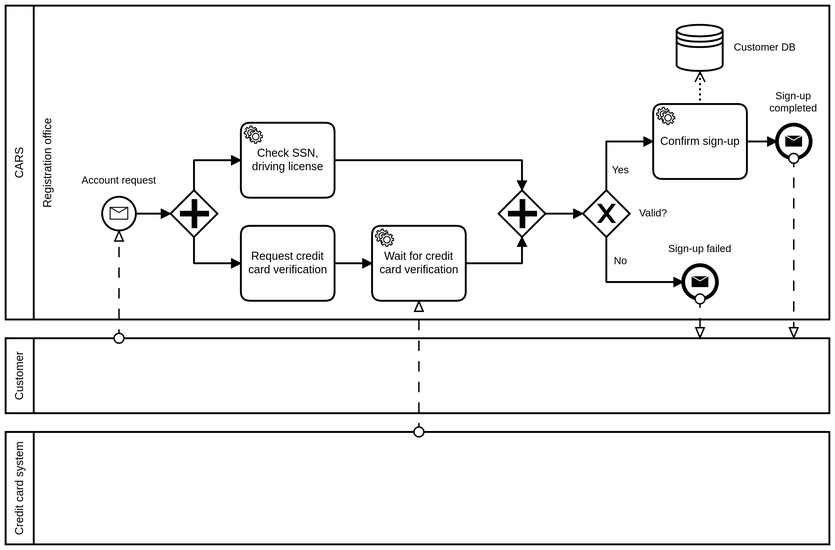
Earlier version of the BPMN export car_rental/models/signup_process_to_be.png (franco-ruggeri/polito-information-systems). Its source is kept beside it as car_rental/models/signup_process_to_be.bpmn. Ids are renumbered.
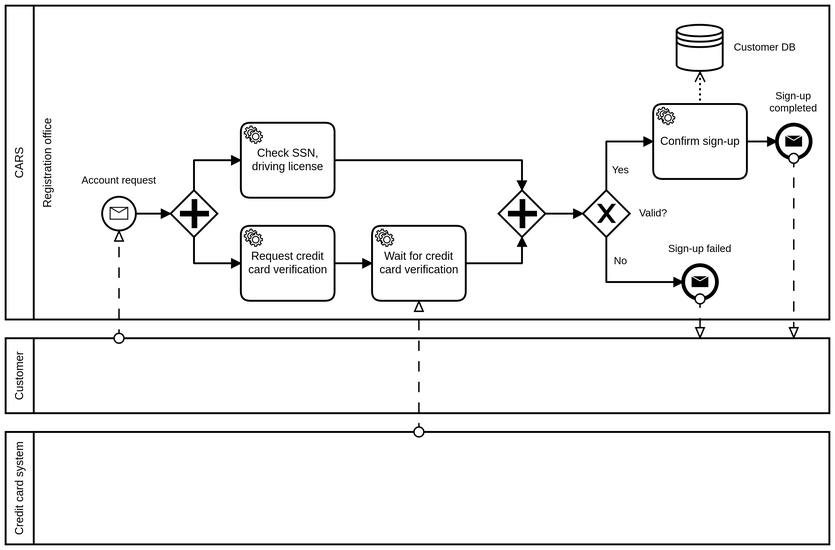
After the commit.

Change to the diagram source:
```diff
@@ -15,12 +15,12 @@
         <bpmn:flowNodeRef>Activity_n18</bpmn:flowNodeRef>
         <bpmn:flowNodeRef>Gateway_n19</bpmn:flowNodeRef>
         <bpmn:flowNodeRef>Activity_n15</bpmn:flowNodeRef>
-        <bpmn:flowNodeRef>Activity_n20</bpmn:flowNodeRef>
         <bpmn:flowNodeRef>Gateway_n21</bpmn:flowNodeRef>
         <bpmn:flowNodeRef>Event_n11</bpmn:flowNodeRef>
         <bpmn:flowNodeRef>Event_n13</bpmn:flowNodeRef>
         <bpmn:flowNodeRef>Activity_n22</bpmn:flowNodeRef>
         <bpmn:flowNodeRef>Gateway_n23</bpmn:flowNodeRef>
+        <bpmn:flowNodeRef>Activity_n20</bpmn:flowNodeRef>
       </bpmn:lane>
     </bpmn:laneSet>
     <bpmn:startEvent id="StartEvent_1" name="Account request">
@@ -45,10 +45,6 @@
       <bpmn:incoming>Flow_n30</bpmn:incoming>
       <bpmn:outgoing>Flow_n29</bpmn:outgoing>
     </bpmn:serviceTask>
-    <bpmn:task id="Activity_n20" name="Request credit card verification">
-      <bpmn:incoming>Flow_n28</bpmn:incoming>
-      <bpmn:outgoing>Flow_n30</bpmn:outgoing>
-    </bpmn:task>
     <bpmn:sequenceFlow id="Flow_n30" sourceRef="Activity_n20" targetRef="Activity_n15" />
     <bpmn:exclusiveGateway id="Gateway_n21" name="Valid?">
       <bpmn:incoming>Flow_n31</bpmn:incoming>
@@ -80,6 +76,10 @@
     <bpmn:sequenceFlow id="Flow_n32" name="Yes" sourceRef="Gateway_n21" targetRef="Activity_n22" />
     <bpmn:sequenceFlow id="Flow_n33" name="No" sourceRef="Gateway_n21" targetRef="Event_n11" />
     <bpmn:sequenceFlow id="Flow_n36" sourceRef="Activity_n22" targetRef="Event_n13" />
+    <bpmn:serviceTask id="Activity_n20" name="Request credit card verification">
+      <bpmn:incoming>Flow_n28</bpmn:incoming>
+      <bpmn:outgoing>Flow_n30</bpmn:outgoing>
+    </bpmn:serviceTask>
   </bpmn:process>
   <bpmn:process id="Process_n6" isExecutable="false" />
   <bpmn:process id="Process_n8" isExecutable="false" />
@@ -158,9 +158,6 @@
       <bpmndi:BPMNShape id="Activity_18aavhh_di" bpmnElement="Activity_n15">
         <dc:Bounds x="520" y="320" width="100" height="80" />
       </bpmndi:BPMNShape>
-      <bpmndi:BPMNShape id="Activity_n20_di" bpmnElement="Activity_n20">
-        <dc:Bounds x="380" y="320" width="100" height="80" />
-      </bpmndi:BPMNShape>
       <bpmndi:BPMNShape id="Gateway_n21_di" bpmnElement="Gateway_n21" isMarkerVisible="true">
         <dc:Bounds x="745" y="282" width="50" height="50" />
         <bpmndi:BPMNLabel>
@@ -191,6 +188,9 @@
       <bpmndi:BPMNShape id="Gateway_n23_di" bpmnElement="Gateway_n23">
         <dc:Bounds x="655" y="282" width="50" height="50" />
       </bpmndi:BPMNShape>
+      <bpmndi:BPMNShape id="Activity_09yfpbe_di" bpmnElement="Activity_n20">
+        <dc:Bounds x="380" y="320" width="100" height="80" />
+      </bpmndi:BPMNShape>
       <bpmndi:BPMNShape id="Participant_n5_di" bpmnElement="Participant_n5" isHorizontal="true">
         <dc:Bounds x="129" y="440" width="879" height="80" />
       </bpmndi:BPMNShape>
```
